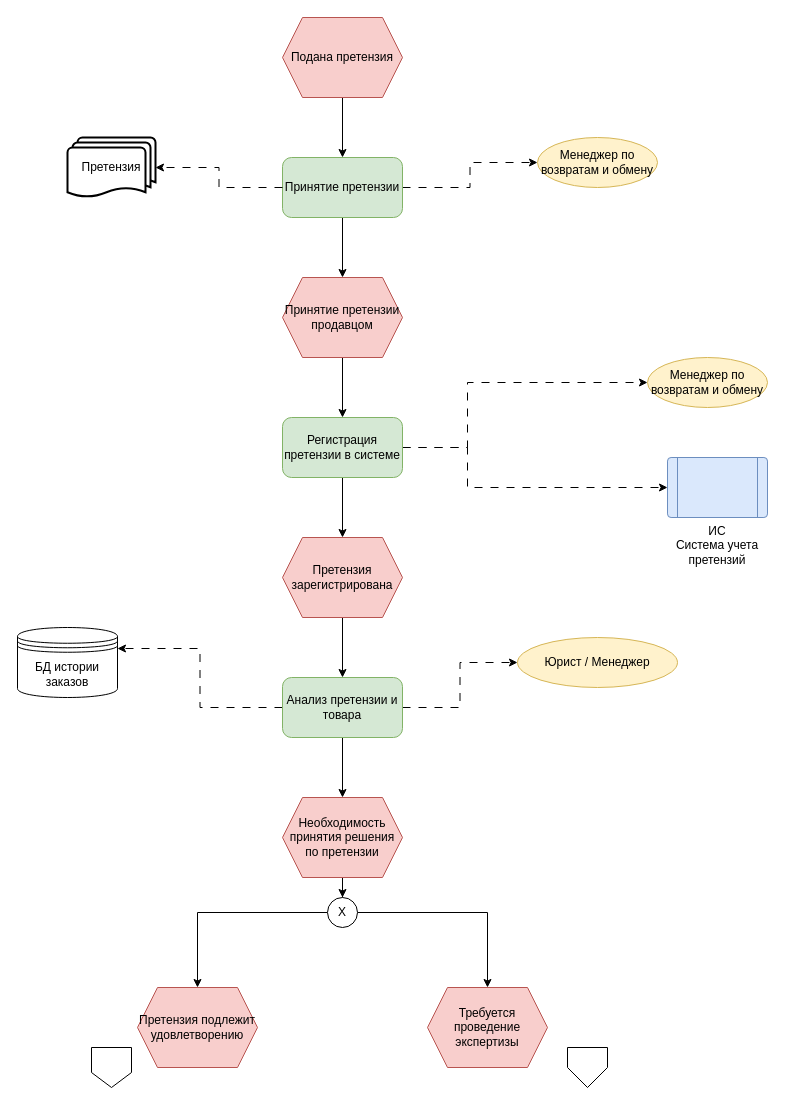
Earlier version of the draw.io diagram page "Page-1" (1 of 3) of Untitled Diagram.drawio (rxzzd/miabp). Source tidied: cells renumbered, new cells numbered last; positions are measured from the earlier drawing's top-left corner, leaving out a move shared by most shapes. Both pictures are drawn from the tidied source at 100%, with x=0, y=0 at pixel (17, 17).
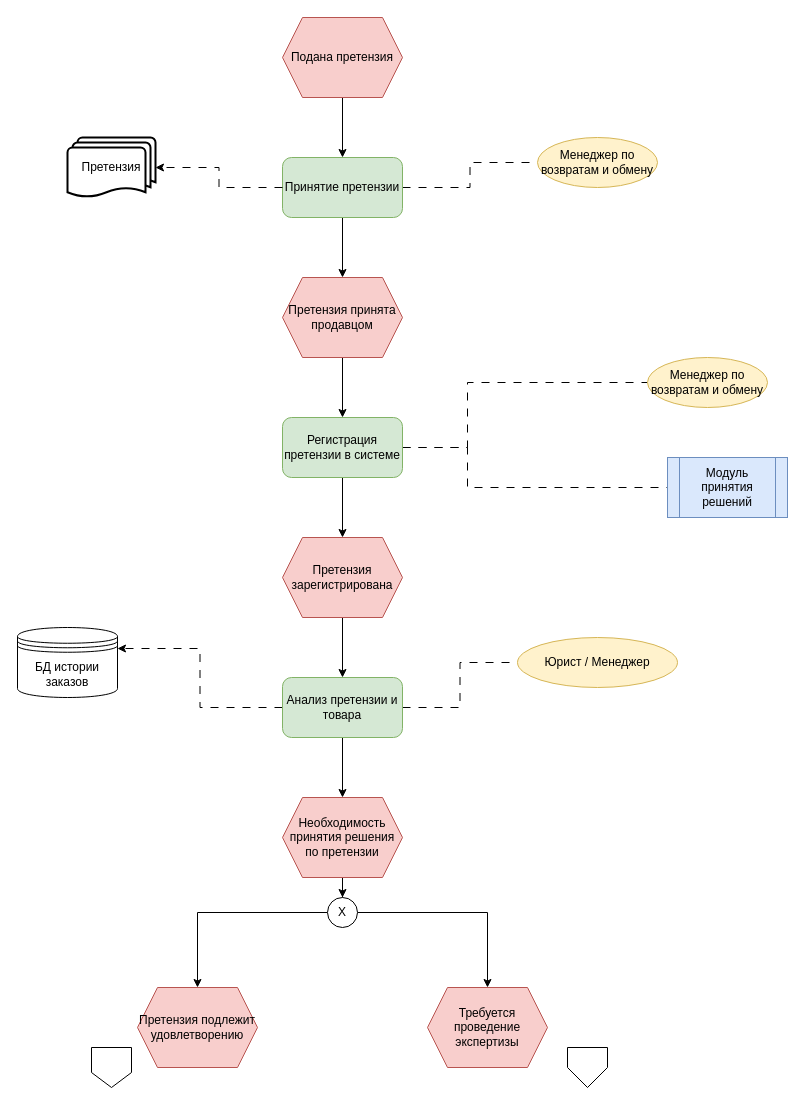
The same diagram, later.

Unchanged cells that the change refers to:
```xml
<mxCell id="6" value="Принятие претензии" style="rounded=1;whiteSpace=wrap;html=1;fillColor=#d5e8d4;strokeColor=#82b366;" parent="1" vertex="1">
  <mxGeometry x="265" y="140" width="120" height="60" as="geometry" />
</mxCell>
<mxCell id="12" value="Регистрация претензии в системе" style="rounded=1;whiteSpace=wrap;html=1;fillColor=#d5e8d4;strokeColor=#82b366;" parent="1" vertex="1">
  <mxGeometry x="265" y="400" width="120" height="60" as="geometry" />
</mxCell>
<mxCell id="18" value="Анализ претензии и товара" style="rounded=1;whiteSpace=wrap;html=1;fillColor=#d5e8d4;strokeColor=#82b366;" parent="1" vertex="1">
  <mxGeometry x="265" y="660" width="120" height="60" as="geometry" />
</mxCell>
<mxCell id="26" value="Менеджер по возвратам и обмену" style="ellipse;whiteSpace=wrap;html=1;fillColor=#fff2cc;strokeColor=#d6b656;" parent="1" vertex="1">
  <mxGeometry x="520" y="120" width="120" height="50" as="geometry" />
</mxCell>
<mxCell id="29" value="Менеджер по возвратам и обмену" style="ellipse;whiteSpace=wrap;html=1;fillColor=#fff2cc;strokeColor=#d6b656;" parent="1" vertex="1">
  <mxGeometry x="630" y="340" width="120" height="50" as="geometry" />
</mxCell>
<mxCell id="32" value="Юрист / Менеджер" style="ellipse;whiteSpace=wrap;html=1;fillColor=#fff2cc;strokeColor=#d6b656;" parent="1" vertex="1">
  <mxGeometry x="500" y="620" width="160" height="50" as="geometry" />
</mxCell>
```

Change to the diagram source:
```diff
@@
-    <mxCell id="5" style="edgeStyle=orthogonalEdgeStyle;rounded=0;jettySize=auto;html=1;entryX=0;entryY=0.5;entryDx=0;entryDy=0;dashed=1;dashPattern=8 8;" parent="1" edge="1" source="6" target="26">
+    <mxCell id="5" style="edgeStyle=orthogonalEdgeStyle;rounded=0;jettySize=auto;html=1;entryX=0;entryY=0.5;entryDx=0;entryDy=0;dashed=1;dashPattern=8 8;endArrow=none;startFill=0;" parent="1" edge="1" source="6" target="26">
       <mxGeometry relative="1" as="geometry" />
     </mxCell>
@@
-    <mxCell id="8" value="Принятие претензии продавцом" style="shape=hexagon;perimeter=hexagonPerimeter2;whiteSpace=wrap;html=1;fixedSize=1;fillColor=#f8cecc;strokeColor=#b85450;" parent="1" vertex="1">
+    <mxCell id="8" value="Претензия принята продавцом" style="shape=hexagon;perimeter=hexagonPerimeter2;whiteSpace=wrap;html=1;fixedSize=1;fillColor=#f8cecc;strokeColor=#b85450;" parent="1" vertex="1">
       <mxGeometry x="265" y="260" width="120" height="80" as="geometry" />
     </mxCell>
@@
-    <mxCell id="10" style="edgeStyle=orthogonalEdgeStyle;rounded=0;jettySize=auto;html=1;entryX=0;entryY=0.5;entryDx=0;entryDy=0;dashed=1;dashPattern=8 8;" parent="1" edge="1" source="12" target="29">
+    <mxCell id="10" style="edgeStyle=orthogonalEdgeStyle;rounded=0;jettySize=auto;html=1;entryX=0;entryY=0.5;entryDx=0;entryDy=0;dashed=1;dashPattern=8 8;endArrow=none;startFill=0;" parent="1" edge="1" source="12" target="29">
       <mxGeometry relative="1" as="geometry">
         <Array as="points">
           <mxPoint x="450" y="430" />
           <mxPoint x="450" y="365" />
         </Array>
       </mxGeometry>
     </mxCell>
-    <mxCell id="11" style="edgeStyle=orthogonalEdgeStyle;rounded=0;jettySize=auto;html=1;entryX=0;entryY=0.5;entryDx=0;entryDy=0;dashed=1;dashPattern=8 8;" parent="1" edge="1" source="12" target="30">
+    <mxCell id="11" style="edgeStyle=orthogonalEdgeStyle;rounded=0;jettySize=auto;html=1;entryX=0;entryY=0.5;entryDx=0;entryDy=0;dashed=1;dashPattern=8 8;endArrow=none;startFill=0;" parent="1" edge="1" source="12">
       <mxGeometry relative="1" as="geometry">
+        <mxPoint x="650" y="470" as="targetPoint" />
         <Array as="points">
           <mxPoint x="450" y="430" />
           <mxPoint x="450" y="470" />
         </Array>
       </mxGeometry>
     </mxCell>
@@
-    <mxCell id="17" style="edgeStyle=orthogonalEdgeStyle;rounded=0;jettySize=auto;html=1;entryX=0;entryY=0.5;entryDx=0;entryDy=0;dashed=1;dashPattern=8 8;" parent="1" edge="1" source="18" target="32">
+    <mxCell id="17" style="edgeStyle=orthogonalEdgeStyle;rounded=0;jettySize=auto;html=1;entryX=0;entryY=0.5;entryDx=0;entryDy=0;dashed=1;dashPattern=8 8;endArrow=none;startFill=0;" parent="1" edge="1" source="18" target="32">
       <mxGeometry relative="1" as="geometry" />
     </mxCell>
@@
-    <mxCell id="30" value="ИС&lt;div&gt;Система учета претензий&lt;/div&gt;" style="verticalLabelPosition=bottom;verticalAlign=top;html=1;shape=process;whiteSpace=wrap;rounded=1;size=0.09999999999999773;arcSize=6;fillColor=#dae8fc;strokeColor=#6c8ebf;" parent="1" vertex="1">
-      <mxGeometry x="650" y="440" width="100" height="60" as="geometry" />
-    </mxCell>
@@
+    <mxCell id="35" value="&lt;div&gt;Модуль принятия решений&lt;/div&gt;" style="shape=process;whiteSpace=wrap;html=1;backgroundOutline=1;fillColor=#dae8fc;strokeColor=#6c8ebf;" parent="1" vertex="1">
+      <mxGeometry x="650" y="440" width="120" height="60" as="geometry" />
+    </mxCell>
```
